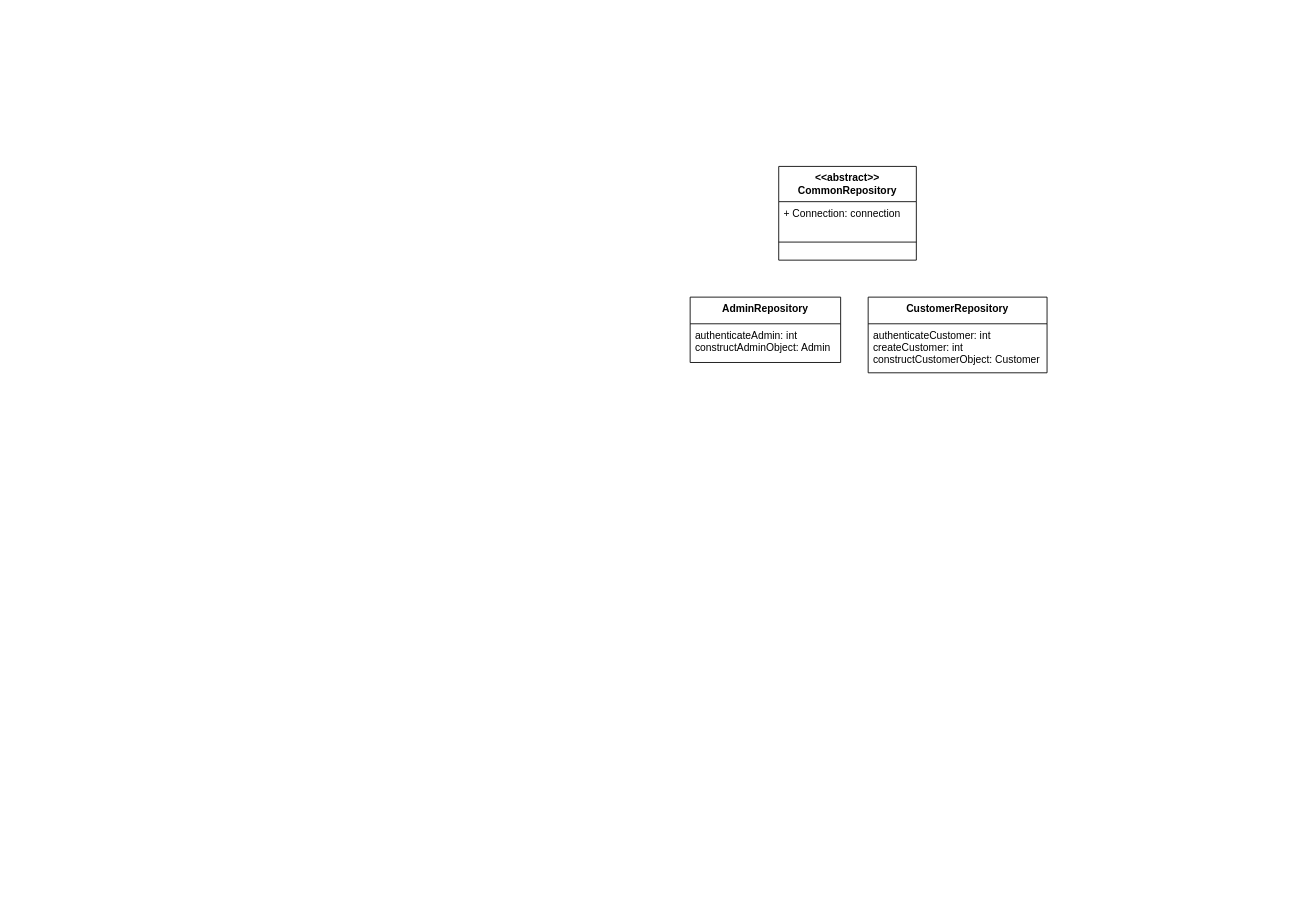
The draw.io diagram Untitled Diagram.drawio in ati911/proba, before the edit. Source tidied: cells renumbered, new cells numbered last; positions are measured from the earlier drawing's top-left corner, leaving out a move shared by most shapes. Both pictures are drawn from the tidied source at 86%, with x=0, y=0 at pixel (690, 166).
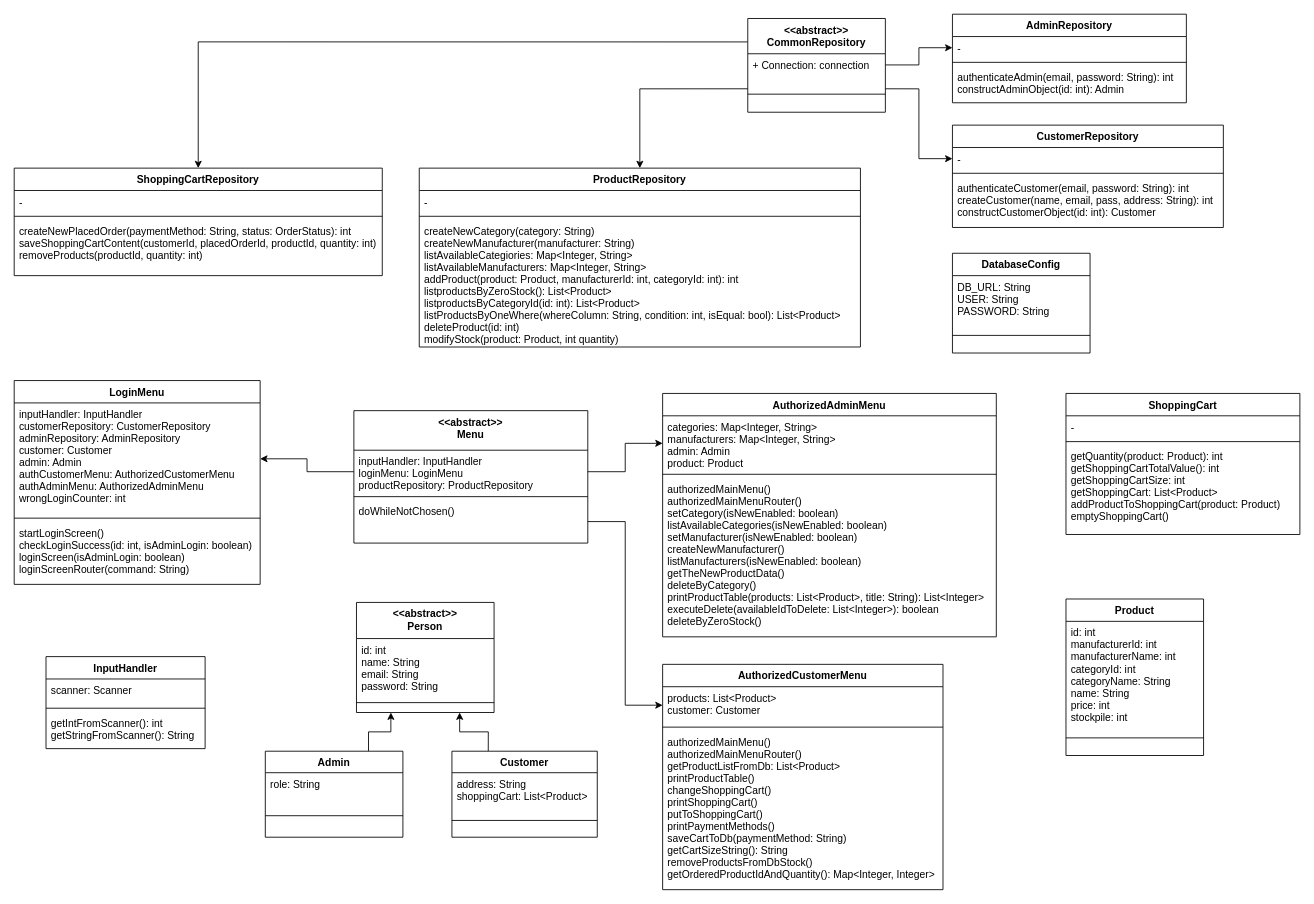
The same page after the edit.

The change refers to these unchanged cells:
```xml
<mxCell id="3" value="+ Connection: connection" style="text;strokeColor=none;fillColor=none;align=left;verticalAlign=top;spacingLeft=4;spacingRight=4;overflow=hidden;points=[[0,0.5],[1,0.5]];portConstraint=eastwest;" parent="2" vertex="1">
  <mxGeometry y="41" width="160" height="26" as="geometry" />
</mxCell>
```

Diff of the diagram source:
```diff
@@
+    <mxCell id="11" style="edgeStyle=orthogonalEdgeStyle;rounded=0;jettySize=auto;html=1;exitX=1;exitY=0.75;exitDx=0;exitDy=0;entryX=0;entryY=0.5;entryDx=0;entryDy=0;" parent="1" edge="1" source="2" target="14">
+      <mxGeometry relative="1" as="geometry" />
+    </mxCell>
+    <mxCell id="12" style="edgeStyle=orthogonalEdgeStyle;rounded=0;jettySize=auto;html=1;exitX=0;exitY=0.25;exitDx=0;exitDy=0;entryX=0.5;entryY=0;entryDx=0;entryDy=0;" parent="1" edge="1" source="2" target="27">
+      <mxGeometry relative="1" as="geometry" />
+    </mxCell>
+    <mxCell id="13" style="edgeStyle=orthogonalEdgeStyle;rounded=0;jettySize=auto;html=1;exitX=0;exitY=0.75;exitDx=0;exitDy=0;entryX=0.5;entryY=0;entryDx=0;entryDy=0;" parent="1" edge="1" source="2" target="23">
+      <mxGeometry relative="1" as="geometry" />
+    </mxCell>
     <mxCell id="2" value="&lt;&lt;abstract&gt;&gt;&#10;CommonRepository" style="swimlane;fontStyle=1;align=center;verticalAlign=top;horizontal=1;startSize=41;" parent="1" vertex="1">
-      <mxGeometry x="103" width="160" height="109" as="geometry" />
+      <mxGeometry x="67" y="-172" width="160" height="109" as="geometry" />
     </mxCell>
@@
+    <mxCell id="8" value="CustomerRepository" style="swimlane;fontStyle=1;align=center;verticalAlign=top;horizontal=1;startSize=26;" parent="1" vertex="1">
+      <mxGeometry x="305" y="-48" width="315" height="119" as="geometry" />
+    </mxCell>
+    <mxCell id="14" value="-" style="text;strokeColor=none;fillColor=none;align=left;verticalAlign=top;spacingLeft=4;spacingRight=4;overflow=hidden;points=[[0,0.5],[1,0.5]];portConstraint=eastwest;" parent="8" vertex="1">
+      <mxGeometry y="26" width="315" height="26" as="geometry" />
+    </mxCell>
+    <mxCell id="15" style="line;strokeWidth=1;fillColor=none;align=left;verticalAlign=middle;spacingTop=-1;spacingLeft=3;spacingRight=3;labelPosition=right;" parent="8" vertex="1">
+      <mxGeometry y="52" width="315" height="8" as="geometry" />
+    </mxCell>
+    <mxCell id="16" value="authenticateCustomer(email, password: String): int&#10;createCustomer(name, email, pass, address: String): int&#10;constructCustomerObject(id: int): Customer&#10;" style="text;strokeColor=none;fillColor=none;align=left;verticalAlign=top;spacingLeft=4;spacingRight=4;overflow=hidden;" parent="8" vertex="1">
+      <mxGeometry y="60" width="315" height="59" as="geometry" />
+    </mxCell>
-    <mxCell id="5" value="AdminRepository" style="swimlane;fontStyle=1;align=center;verticalAlign=top;horizontal=1;startSize=31;" parent="1" vertex="1">
-      <mxGeometry y="152" width="175" height="76" as="geometry" />
+    <mxCell id="5" value="AdminRepository" style="swimlane;fontStyle=1;align=center;verticalAlign=top;horizontal=1;startSize=26;" parent="1" vertex="1">
+      <mxGeometry x="305" y="-177" width="272" height="103" as="geometry" />
     </mxCell>
-    <mxCell id="6" style="line;strokeWidth=1;fillColor=none;align=left;verticalAlign=middle;spacingTop=-1;spacingLeft=3;spacingRight=3;labelPosition=right;" parent="5" vertex="1">
-      <mxGeometry y="31" width="175" as="geometry" />
-    </mxCell>
-    <mxCell id="7" value="authenticateAdmin: int&#10;constructAdminObject: Admin&#10;" style="text;strokeColor=none;fillColor=none;align=left;verticalAlign=top;spacingLeft=4;spacingRight=4;overflow=hidden;" parent="5" vertex="1">
-      <mxGeometry y="31" width="175" height="45" as="geometry" />
-    </mxCell>
-    <mxCell id="8" value="CustomerRepository" style="swimlane;fontStyle=1;align=center;verticalAlign=top;horizontal=1;startSize=31;" parent="1" vertex="1">
-      <mxGeometry x="207" y="152" width="208" height="88" as="geometry" />
-    </mxCell>
-    <mxCell id="9" style="line;strokeWidth=1;fillColor=none;align=left;verticalAlign=middle;spacingTop=-1;spacingLeft=3;spacingRight=3;labelPosition=right;" parent="8" vertex="1">
-      <mxGeometry y="31" width="208" as="geometry" />
-    </mxCell>
-    <mxCell id="10" value="authenticateCustomer: int&#10;createCustomer: int&#10;constructCustomerObject: Customer&#10;" style="text;strokeColor=none;fillColor=none;align=left;verticalAlign=top;spacingLeft=4;spacingRight=4;overflow=hidden;" parent="8" vertex="1">
-      <mxGeometry y="31" width="208" height="57" as="geometry" />
-    </mxCell>
+    <mxCell id="17" value="-" style="text;strokeColor=none;fillColor=none;align=left;verticalAlign=top;spacingLeft=4;spacingRight=4;overflow=hidden;points=[[0,0.5],[1,0.5]];portConstraint=eastwest;" parent="5" vertex="1">
+      <mxGeometry y="26" width="272" height="26" as="geometry" />
+    </mxCell>
+    <mxCell id="18" style="line;strokeWidth=1;fillColor=none;align=left;verticalAlign=middle;spacingTop=-1;spacingLeft=3;spacingRight=3;labelPosition=right;" parent="5" vertex="1">
+      <mxGeometry y="52" width="272" height="8" as="geometry" />
+    </mxCell>
+    <mxCell id="19" value="authenticateAdmin(email, password: String): int&#10;constructAdminObject(id: int): Admin" style="text;strokeColor=none;fillColor=none;align=left;verticalAlign=top;spacingLeft=4;spacingRight=4;overflow=hidden;" parent="5" vertex="1">
+      <mxGeometry y="60" width="272" height="43" as="geometry" />
+    </mxCell>
+    <mxCell id="20" value="&lt;&lt;abstract&gt;&gt;&#10;Person" style="swimlane;fontStyle=1;align=center;verticalAlign=top;horizontal=1;startSize=42;" parent="1" vertex="1">
+      <mxGeometry x="-388" y="507" width="160" height="128" as="geometry" />
+    </mxCell>
+    <mxCell id="21" value="id: int&#10;name: String&#10;email: String&#10;password: String" style="text;strokeColor=none;fillColor=none;align=left;verticalAlign=top;spacingLeft=4;spacingRight=4;overflow=hidden;" parent="20" vertex="1">
+      <mxGeometry y="42" width="160" height="63" as="geometry" />
+    </mxCell>
+    <mxCell id="22" style="line;strokeWidth=1;fillColor=none;align=left;verticalAlign=middle;spacingTop=-1;spacingLeft=3;spacingRight=3;labelPosition=right;" parent="20" vertex="1">
+      <mxGeometry y="105" width="160" height="23" as="geometry" />
+    </mxCell>
+    <mxCell id="23" value="ProductRepository" style="swimlane;fontStyle=1;align=center;verticalAlign=top;horizontal=1;startSize=26;" parent="1" vertex="1">
+      <mxGeometry x="-315" y="2" width="513" height="208" as="geometry" />
+    </mxCell>
+    <mxCell id="24" value="-" style="text;strokeColor=none;fillColor=none;align=left;verticalAlign=top;spacingLeft=4;spacingRight=4;overflow=hidden;" parent="23" vertex="1">
+      <mxGeometry y="26" width="513" height="26" as="geometry" />
+    </mxCell>
+    <mxCell id="25" style="line;strokeWidth=1;fillColor=none;align=left;verticalAlign=middle;spacingTop=-1;spacingLeft=3;spacingRight=3;labelPosition=right;" parent="23" vertex="1">
+      <mxGeometry y="52" width="513" height="8" as="geometry" />
+    </mxCell>
+    <mxCell id="26" value="createNewCategory(category: String)&#10;createNewManufacturer(manufacturer: String)&#10;listAvailableCategiories: Map&lt;Integer, String&gt;&#10;listAvailableManufacturers: Map&lt;Integer, String&gt;&#10;addProduct(product: Product, manufacturerId: int, categoryId: int): int&#10;listproductsByZeroStock(): List&lt;Product&gt;&#10;listproductsByCategoryId(id: int): List&lt;Product&gt;&#10;listProductsByOneWhere(whereColumn: String, condition: int, isEqual: bool): List&lt;Product&gt;&#10;deleteProduct(id: int)&#10;modifyStock(product: Product, int quantity)&#10;&#10;" style="text;strokeColor=none;fillColor=none;align=left;verticalAlign=top;spacingLeft=4;spacingRight=4;overflow=hidden;" parent="23" vertex="1">
+      <mxGeometry y="60" width="513" height="148" as="geometry" />
+    </mxCell>
+    <mxCell id="27" value="ShoppingCartRepository" style="swimlane;fontStyle=1;align=center;verticalAlign=top;horizontal=1;startSize=26;" parent="1" vertex="1">
+      <mxGeometry x="-786" y="2" width="428" height="125" as="geometry" />
+    </mxCell>
+    <mxCell id="28" value="-" style="text;strokeColor=none;fillColor=none;align=left;verticalAlign=top;spacingLeft=4;spacingRight=4;overflow=hidden;" parent="27" vertex="1">
+      <mxGeometry y="26" width="428" height="26" as="geometry" />
+    </mxCell>
+    <mxCell id="29" style="line;strokeWidth=1;fillColor=none;align=left;verticalAlign=middle;spacingTop=-1;spacingLeft=3;spacingRight=3;labelPosition=right;" parent="27" vertex="1">
+      <mxGeometry y="52" width="428" height="8" as="geometry" />
+    </mxCell>
+    <mxCell id="30" value="createNewPlacedOrder(paymentMethod: String, status: OrderStatus): int&#10;saveShoppingCartContent(customerId, placedOrderId, productId, quantity: int)&#10;removeProducts(productId, quantity: int)" style="text;strokeColor=none;fillColor=none;align=left;verticalAlign=top;spacingLeft=4;spacingRight=4;overflow=hidden;" parent="27" vertex="1">
+      <mxGeometry y="60" width="428" height="65" as="geometry" />
+    </mxCell>
+    <mxCell id="31" value="DatabaseConfig" style="swimlane;fontStyle=1;align=center;verticalAlign=top;horizontal=1;startSize=26;" parent="1" vertex="1">
+      <mxGeometry x="305" y="101" width="160" height="116" as="geometry" />
+    </mxCell>
+    <mxCell id="32" value="DB_URL: String&#10;USER: String&#10;PASSWORD: String" style="text;strokeColor=none;fillColor=none;align=left;verticalAlign=top;spacingLeft=4;spacingRight=4;overflow=hidden;" parent="31" vertex="1">
+      <mxGeometry y="26" width="160" height="49" as="geometry" />
+    </mxCell>
+    <mxCell id="33" style="line;strokeWidth=1;fillColor=none;align=left;verticalAlign=middle;spacingTop=-1;spacingLeft=3;spacingRight=3;labelPosition=right;" parent="31" vertex="1">
+      <mxGeometry y="75" width="160" height="41" as="geometry" />
+    </mxCell>
+    <mxCell id="34" style="edgeStyle=orthogonalEdgeStyle;rounded=0;jettySize=auto;html=1;exitX=0.75;exitY=0;exitDx=0;exitDy=0;entryX=0.25;entryY=1;entryDx=0;entryDy=0;" parent="1" edge="1" source="35" target="20">
+      <mxGeometry relative="1" as="geometry" />
+    </mxCell>
+    <mxCell id="35" value="Admin" style="swimlane;fontStyle=1;align=center;verticalAlign=top;horizontal=1;startSize=25;" parent="1" vertex="1">
+      <mxGeometry x="-494" y="680" width="160" height="100" as="geometry" />
+    </mxCell>
+    <mxCell id="36" value="role: String" style="text;strokeColor=none;fillColor=none;align=left;verticalAlign=top;spacingLeft=4;spacingRight=4;overflow=hidden;" parent="35" vertex="1">
+      <mxGeometry y="25" width="160" height="25" as="geometry" />
+    </mxCell>
+    <mxCell id="37" style="line;strokeWidth=1;fillColor=none;align=left;verticalAlign=middle;spacingTop=-1;spacingLeft=3;spacingRight=3;labelPosition=right;" parent="35" vertex="1">
+      <mxGeometry y="50" width="160" height="50" as="geometry" />
+    </mxCell>
+    <mxCell id="38" style="edgeStyle=orthogonalEdgeStyle;rounded=0;jettySize=auto;html=1;exitX=0.25;exitY=0;exitDx=0;exitDy=0;entryX=0.75;entryY=1;entryDx=0;entryDy=0;" parent="1" edge="1" source="39" target="20">
+      <mxGeometry relative="1" as="geometry" />
+    </mxCell>
+    <mxCell id="39" value="Customer" style="swimlane;fontStyle=1;align=center;verticalAlign=top;horizontal=1;startSize=25;" parent="1" vertex="1">
+      <mxGeometry x="-277" y="680" width="169" height="100" as="geometry" />
+    </mxCell>
+    <mxCell id="40" value="address: String&#10;shoppingCart: List&lt;Product&gt;" style="text;strokeColor=none;fillColor=none;align=left;verticalAlign=top;spacingLeft=4;spacingRight=4;overflow=hidden;" parent="39" vertex="1">
+      <mxGeometry y="25" width="169" height="36" as="geometry" />
+    </mxCell>
+    <mxCell id="41" style="line;strokeWidth=1;fillColor=none;align=left;verticalAlign=middle;spacingTop=-1;spacingLeft=3;spacingRight=3;labelPosition=right;" parent="39" vertex="1">
+      <mxGeometry y="61" width="169" height="39" as="geometry" />
+    </mxCell>
+    <mxCell id="42" value="Product" style="swimlane;fontStyle=1;align=center;verticalAlign=top;horizontal=1;startSize=26;" parent="1" vertex="1">
+      <mxGeometry x="437" y="503" width="160" height="182" as="geometry" />
+    </mxCell>
+    <mxCell id="43" value="id: int&#10;manufacturerId: int&#10;manufacturerName: int&#10;categoryId: int&#10;categoryName: String&#10;name: String&#10;price: int&#10;stockpile: int" style="text;strokeColor=none;fillColor=none;align=left;verticalAlign=top;spacingLeft=4;spacingRight=4;overflow=hidden;" parent="42" vertex="1">
+      <mxGeometry y="26" width="160" height="115" as="geometry" />
+    </mxCell>
+    <mxCell id="44" style="line;strokeWidth=1;fillColor=none;align=left;verticalAlign=middle;spacingTop=-1;spacingLeft=3;spacingRight=3;labelPosition=right;" parent="42" vertex="1">
+      <mxGeometry y="141" width="160" height="41" as="geometry" />
+    </mxCell>
+    <mxCell id="45" value="ShoppingCart" style="swimlane;fontStyle=1;align=center;verticalAlign=top;horizontal=1;startSize=26;" parent="1" vertex="1">
+      <mxGeometry x="437" y="264" width="272" height="164" as="geometry" />
+    </mxCell>
+    <mxCell id="46" value="-" style="text;strokeColor=none;fillColor=none;align=left;verticalAlign=top;spacingLeft=4;spacingRight=4;overflow=hidden;" parent="45" vertex="1">
+      <mxGeometry y="26" width="272" height="26" as="geometry" />
+    </mxCell>
+    <mxCell id="47" style="line;strokeWidth=1;fillColor=none;align=left;verticalAlign=middle;spacingTop=-1;spacingLeft=3;spacingRight=3;labelPosition=right;" parent="45" vertex="1">
+      <mxGeometry y="52" width="272" height="8" as="geometry" />
+    </mxCell>
+    <mxCell id="48" value="getQuantity(product: Product): int&#10;getShoppingCartTotalValue(): int&#10;getShoppingCartSize: int&#10;getShoppingCart: List&lt;Product&gt;&#10;addProductToShoppingCart(product: Product)&#10;emptyShoppingCart()" style="text;strokeColor=none;fillColor=none;align=left;verticalAlign=top;spacingLeft=4;spacingRight=4;overflow=hidden;" parent="45" vertex="1">
+      <mxGeometry y="60" width="272" height="104" as="geometry" />
+    </mxCell>
+    <mxCell id="49" value="&lt;&lt;abstract&gt;&gt;&#10;Menu" style="swimlane;fontStyle=1;align=center;verticalAlign=top;horizontal=1;startSize=46;" parent="1" vertex="1">
+      <mxGeometry x="-391" y="284" width="272" height="154" as="geometry" />
+    </mxCell>
+    <mxCell id="50" value="inputHandler: InputHandler&#10;loginMenu: LoginMenu&#10;productRepository: ProductRepository" style="text;strokeColor=none;fillColor=none;align=left;verticalAlign=top;spacingLeft=4;spacingRight=4;overflow=hidden;points=[[0,0.5],[1,0.5]];portConstraint=eastwest;" parent="49" vertex="1">
+      <mxGeometry y="46" width="272" height="50" as="geometry" />
+    </mxCell>
+    <mxCell id="51" style="line;strokeWidth=1;fillColor=none;align=left;verticalAlign=middle;spacingTop=-1;spacingLeft=3;spacingRight=3;labelPosition=right;" parent="49" vertex="1">
+      <mxGeometry y="96" width="272" height="8" as="geometry" />
+    </mxCell>
+    <mxCell id="52" value="doWhileNotChosen()" style="text;strokeColor=none;fillColor=none;align=left;verticalAlign=top;spacingLeft=4;spacingRight=4;overflow=hidden;points=[[0,0.5],[1,0.5]];portConstraint=eastwest;" parent="49" vertex="1">
+      <mxGeometry y="104" width="272" height="50" as="geometry" />
+    </mxCell>
+    <mxCell id="53" value="LoginMenu" style="swimlane;fontStyle=1;align=center;verticalAlign=top;horizontal=1;startSize=26;" parent="1" vertex="1">
+      <mxGeometry x="-786" y="249" width="286" height="237" as="geometry" />
+    </mxCell>
+    <mxCell id="54" value="inputHandler: InputHandler&#10;customerRepository: CustomerRepository&#10;adminRepository: AdminRepository&#10;customer: Customer&#10;admin: Admin&#10;authCustomerMenu: AuthorizedCustomerMenu&#10;authAdminMenu: AuthorizedAdminMenu&#10;wrongLoginCounter: int" style="text;strokeColor=none;fillColor=none;align=left;verticalAlign=top;spacingLeft=4;spacingRight=4;overflow=hidden;points=[[0,0.5],[1,0.5]];portConstraint=eastwest;" parent="53" vertex="1">
+      <mxGeometry y="26" width="286" height="130" as="geometry" />
+    </mxCell>
+    <mxCell id="55" style="line;strokeWidth=1;fillColor=none;align=left;verticalAlign=middle;spacingTop=-1;spacingLeft=3;spacingRight=3;labelPosition=right;" parent="53" vertex="1">
+      <mxGeometry y="156" width="286" height="8" as="geometry" />
+    </mxCell>
+    <mxCell id="56" value="startLoginScreen()&#10;checkLoginSuccess(id: int, isAdminLogin: boolean)&#10;loginScreen(isAdminLogin: boolean)&#10;loginScreenRouter(command: String)" style="text;strokeColor=none;fillColor=none;align=left;verticalAlign=top;spacingLeft=4;spacingRight=4;overflow=hidden;" parent="53" vertex="1">
+      <mxGeometry y="164" width="286" height="73" as="geometry" />
+    </mxCell>
+    <mxCell id="57" value="InputHandler" style="swimlane;fontStyle=1;align=center;verticalAlign=top;horizontal=1;startSize=26;" parent="1" vertex="1">
+      <mxGeometry x="-749" y="570" width="185" height="107" as="geometry" />
+    </mxCell>
+    <mxCell id="58" value="scanner: Scanner" style="text;strokeColor=none;fillColor=none;align=left;verticalAlign=top;spacingLeft=4;spacingRight=4;overflow=hidden;" parent="57" vertex="1">
+      <mxGeometry y="26" width="185" height="30" as="geometry" />
+    </mxCell>
+    <mxCell id="59" style="line;strokeWidth=1;fillColor=none;align=left;verticalAlign=middle;spacingTop=-1;spacingLeft=3;spacingRight=3;labelPosition=right;" parent="57" vertex="1">
+      <mxGeometry y="56" width="185" height="8" as="geometry" />
+    </mxCell>
+    <mxCell id="60" value="getIntFromScanner(): int&#10;getStringFromScanner(): String" style="text;strokeColor=none;fillColor=none;align=left;verticalAlign=top;spacingLeft=4;spacingRight=4;overflow=hidden;" parent="57" vertex="1">
+      <mxGeometry y="64" width="185" height="43" as="geometry" />
+    </mxCell>
+    <mxCell id="61" value="AuthorizedCustomerMenu" style="swimlane;fontStyle=1;align=center;verticalAlign=top;horizontal=1;startSize=26;" parent="1" vertex="1">
+      <mxGeometry x="-32" y="579" width="326" height="262" as="geometry" />
+    </mxCell>
+    <mxCell id="62" value="products: List&lt;Product&gt;&#10;customer: Customer" style="text;strokeColor=none;fillColor=none;align=left;verticalAlign=top;spacingLeft=4;spacingRight=4;overflow=hidden;points=[[0,0.5],[1,0.5]];portConstraint=eastwest;" parent="61" vertex="1">
+      <mxGeometry y="26" width="326" height="43" as="geometry" />
+    </mxCell>
+    <mxCell id="63" style="line;strokeWidth=1;fillColor=none;align=left;verticalAlign=middle;spacingTop=-1;spacingLeft=3;spacingRight=3;labelPosition=right;" parent="61" vertex="1">
+      <mxGeometry y="69" width="326" height="8" as="geometry" />
+    </mxCell>
+    <mxCell id="64" value="authorizedMainMenu()&#10;authorizedMainMenuRouter()&#10;getProductListFromDb: List&lt;Product&gt;&#10;printProductTable()&#10;changeShoppingCart()&#10;printShoppingCart()&#10;putToShoppingCart()&#10;printPaymentMethods()&#10;saveCartToDb(paymentMethod: String)&#10;getCartSizeString(): String&#10;removeProductsFromDbStock()&#10;getOrderedProductIdAndQuantity(): Map&lt;Integer, Integer&gt;" style="text;strokeColor=none;fillColor=none;align=left;verticalAlign=top;spacingLeft=4;spacingRight=4;overflow=hidden;" parent="61" vertex="1">
+      <mxGeometry y="77" width="326" height="185" as="geometry" />
+    </mxCell>
+    <mxCell id="65" value="AuthorizedAdminMenu" style="swimlane;fontStyle=1;align=center;verticalAlign=top;horizontal=1;startSize=26;" parent="1" vertex="1">
+      <mxGeometry x="-32" y="264" width="388" height="283" as="geometry" />
+    </mxCell>
+    <mxCell id="66" value="categories: Map&lt;Integer, String&gt;&#10;manufacturers: Map&lt;Integer, String&gt;&#10;admin: Admin&#10;product: Product" style="text;strokeColor=none;fillColor=none;align=left;verticalAlign=top;spacingLeft=4;spacingRight=4;overflow=hidden;points=[[0,0.5],[1,0.5]];portConstraint=eastwest;" parent="65" vertex="1">
+      <mxGeometry y="26" width="388" height="64" as="geometry" />
+    </mxCell>
+    <mxCell id="67" style="line;strokeWidth=1;fillColor=none;align=left;verticalAlign=middle;spacingTop=-1;spacingLeft=3;spacingRight=3;labelPosition=right;" parent="65" vertex="1">
+      <mxGeometry y="90" width="388" height="8" as="geometry" />
+    </mxCell>
+    <mxCell id="68" value="authorizedMainMenu()&#10;authorizedMainMenuRouter()&#10;setCategory(isNewEnabled: boolean)&#10;listAvailableCategories(isNewEnabled: boolean)&#10;setManufacturer(isNewEnabled: boolean)&#10;createNewManufacturer()&#10;listManufacturers(isNewEnabled: boolean)&#10;getTheNewProductData()&#10;deleteByCategory()&#10;printProductTable(products: List&lt;Product&gt;, title: String): List&lt;Integer&gt;&#10;executeDelete(availableIdToDelete: List&lt;Integer&gt;): boolean&#10;deleteByZeroStock()" style="text;strokeColor=none;fillColor=none;align=left;verticalAlign=top;spacingLeft=4;spacingRight=4;overflow=hidden;" parent="65" vertex="1">
+      <mxGeometry y="98" width="388" height="185" as="geometry" />
+    </mxCell>
+    <mxCell id="69" style="edgeStyle=orthogonalEdgeStyle;rounded=0;jettySize=auto;html=1;exitX=1;exitY=0.5;exitDx=0;exitDy=0;entryX=0;entryY=0.5;entryDx=0;entryDy=0;" parent="1" edge="1" source="3" target="17">
+      <mxGeometry relative="1" as="geometry" />
+    </mxCell>
+    <mxCell id="70" style="edgeStyle=orthogonalEdgeStyle;rounded=0;jettySize=auto;html=1;exitX=1;exitY=0.5;exitDx=0;exitDy=0;" parent="1" edge="1" source="50" target="66">
+      <mxGeometry relative="1" as="geometry" />
+    </mxCell>
+    <mxCell id="71" style="edgeStyle=orthogonalEdgeStyle;rounded=0;jettySize=auto;html=1;exitX=1;exitY=0.5;exitDx=0;exitDy=0;" parent="1" edge="1" source="52" target="62">
+      <mxGeometry relative="1" as="geometry" />
+    </mxCell>
+    <mxCell id="72" style="edgeStyle=orthogonalEdgeStyle;rounded=0;jettySize=auto;html=1;exitX=0;exitY=0.5;exitDx=0;exitDy=0;entryX=1;entryY=0.5;entryDx=0;entryDy=0;" parent="1" edge="1" source="50" target="54">
+      <mxGeometry relative="1" as="geometry" />
+    </mxCell>
```
